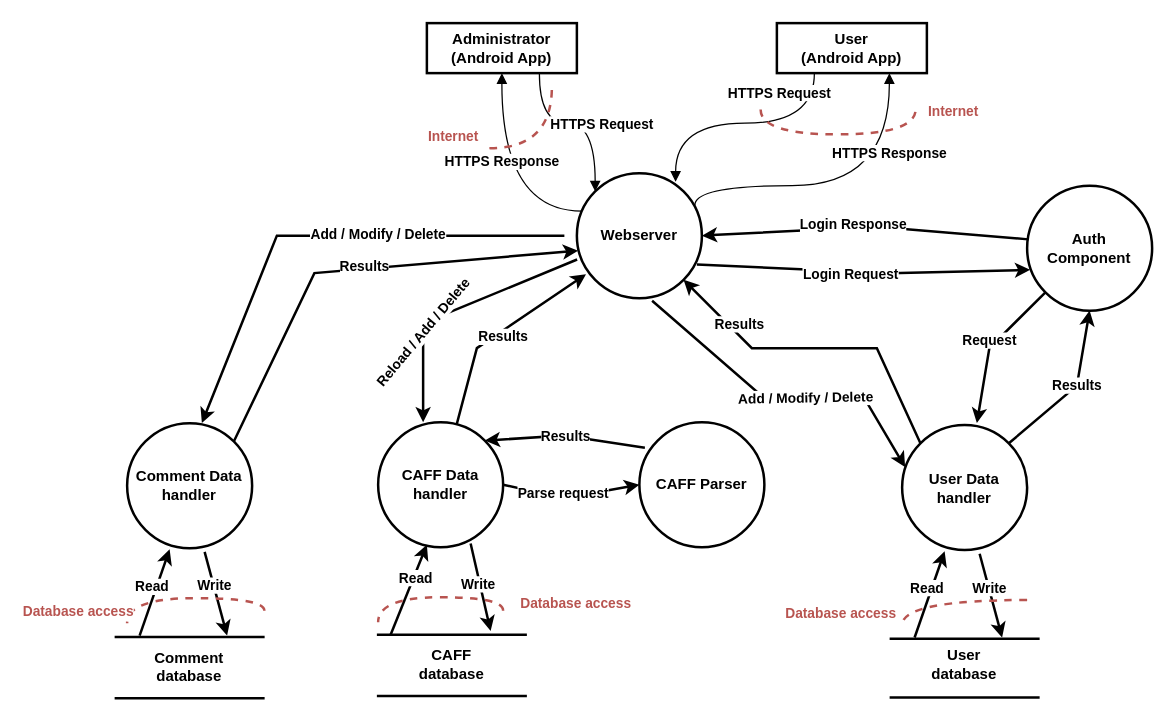
The draw.io diagram Documentation/Data-flow.drawio in nemkrisz11/Computer-Security-Homework-2021-SHAjt, before the edit. Source tidied: cells renumbered, new cells numbered last; positions are measured from the earlier drawing's top-left corner, leaving out a move shared by most shapes. Both pictures are drawn from the tidied source at 125%, with x=0, y=0 at pixel (114, 22).
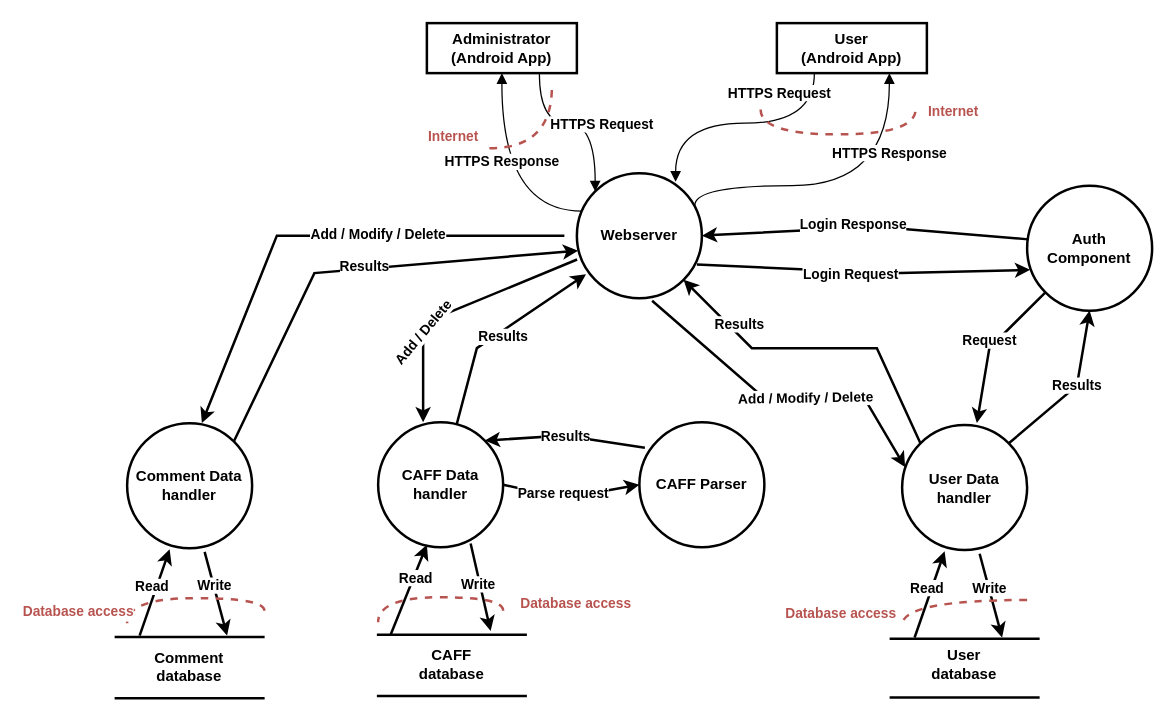
The same diagram, later.

Commit message (it also covers changes not shown here):
Removed reload from data-flow

The change refers to these unchanged cells:
```xml
<mxCell id="23" style="endArrow=classic;html=1;rounded=0;strokeWidth=2;elbow=vertical;exitX=0.002;exitY=0.691;exitDx=0;exitDy=0;exitPerimeter=0;entryX=0.36;entryY=0;entryDx=0;entryDy=0;entryPerimeter=0;" parent="1" edge="1" source="2" target="15">
  <mxGeometry relative="1" as="geometry">
    <Array as="points">
      <mxPoint x="247" y="240" />
    </Array>
  </mxGeometry>
</mxCell>
```

Diff of the diagram source:
```diff
@@
-    <mxCell id="24" value="&lt;b&gt;Reload / Add / Delete&lt;br&gt;&lt;/b&gt;" style="edgeLabel;html=1;align=center;verticalAlign=middle;fontColor=#000000;rotation=-50;" parent="23" vertex="1">
+    <mxCell id="24" value="&lt;b&gt;Add / Delete&lt;br&gt;&lt;/b&gt;" style="edgeLabel;html=1;align=center;verticalAlign=middle;fontColor=#000000;rotation=-50;" parent="23" vertex="1">
       <mxGeometry x="-0.19" y="1" relative="1" as="geometry">
         <mxPoint x="-45" y="25" as="offset" />
       </mxGeometry>
     </mxCell>
```
